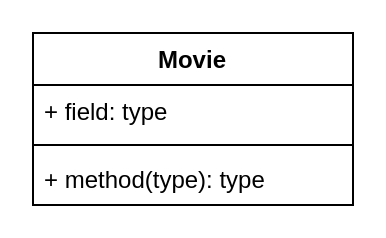
johnmasonwilliams/Movie-ception keeps this draw.io diagram as App-ception.drawio. Above is the earlier version. Source tidied: cells renumbered, new cells numbered last; positions are measured from the earlier drawing's top-left corner, leaving out a move shared by most shapes. Both pictures are drawn from the tidied source at 200%, with x=0, y=0 at pixel (32, 32).
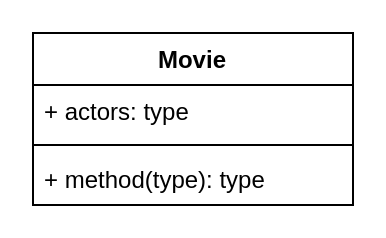
After the change.

The edit, as a diff of the source:
```diff
@@
 <mxGraphModel background="#ffffff">
   <root>
     <mxCell id="0" />
     <mxCell id="1" parent="0" />
     <mxCell id="2" value="Movie" style="swimlane;fontStyle=1;align=center;verticalAlign=top;horizontal=1;startSize=26;" parent="1" vertex="1">
       <mxGeometry width="160" height="86" as="geometry" />
     </mxCell>
-    <mxCell id="3" value="+ field: type" style="text;strokeColor=none;fillColor=none;align=left;verticalAlign=top;spacingLeft=4;spacingRight=4;overflow=hidden;" parent="2" vertex="1">
+    <mxCell id="3" value="+ actors: type" style="text;strokeColor=none;fillColor=none;align=left;verticalAlign=top;spacingLeft=4;spacingRight=4;overflow=hidden;" parent="2" vertex="1">
       <mxGeometry y="26" width="160" height="26" as="geometry" />
     </mxCell>
     <mxCell id="4" style="line;strokeWidth=1;fillColor=none;align=left;verticalAlign=middle;spacingTop=-1;spacingLeft=3;spacingRight=3;labelPosition=right;" parent="2" vertex="1">
       <mxGeometry y="52" width="160" height="8" as="geometry" />
     </mxCell>
     <mxCell id="5" value="+ method(type): type" style="text;strokeColor=none;fillColor=none;align=left;verticalAlign=top;spacingLeft=4;spacingRight=4;overflow=hidden;" parent="2" vertex="1">
       <mxGeometry y="60" width="160" height="26" as="geometry" />
     </mxCell>
   </root>
 </mxGraphModel>
```
